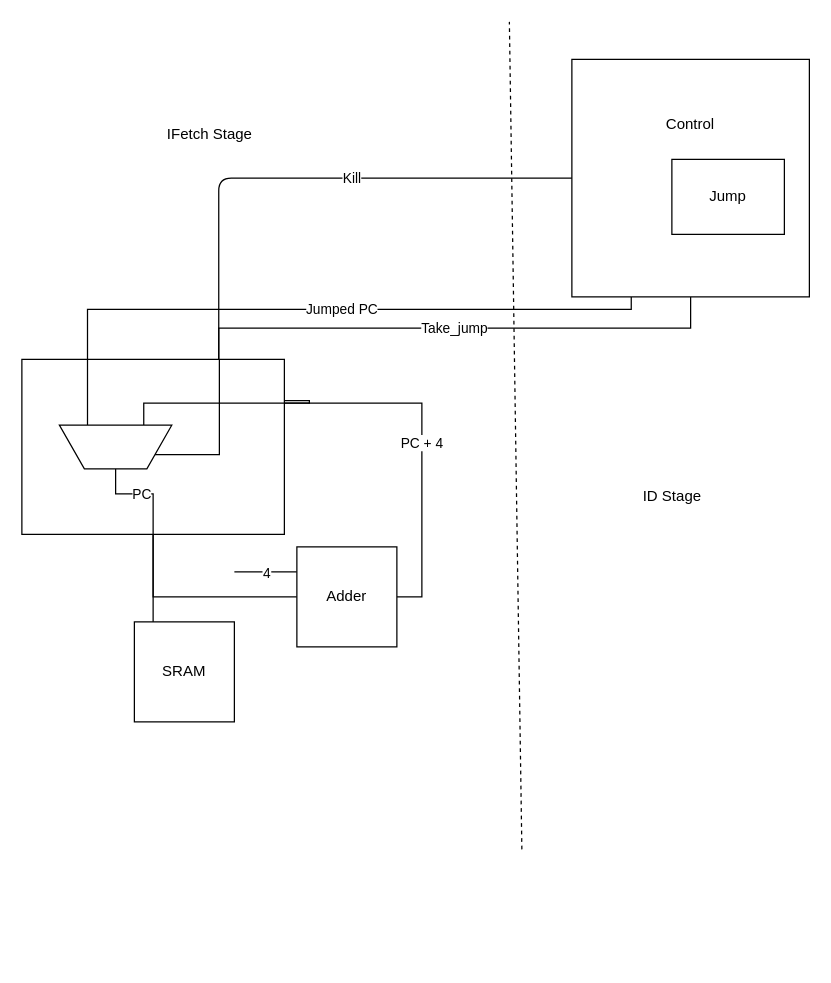
jtschuster/dlxcapstone keeps this draw.io diagram as PC.drawio. Above is the earlier version. Source tidied: cells renumbered, new cells numbered last; positions are measured from the earlier drawing's top-left corner, leaving out a move shared by most shapes. Both pictures are drawn from the tidied source at 125%, with x=0, y=0 at pixel (21, 21).
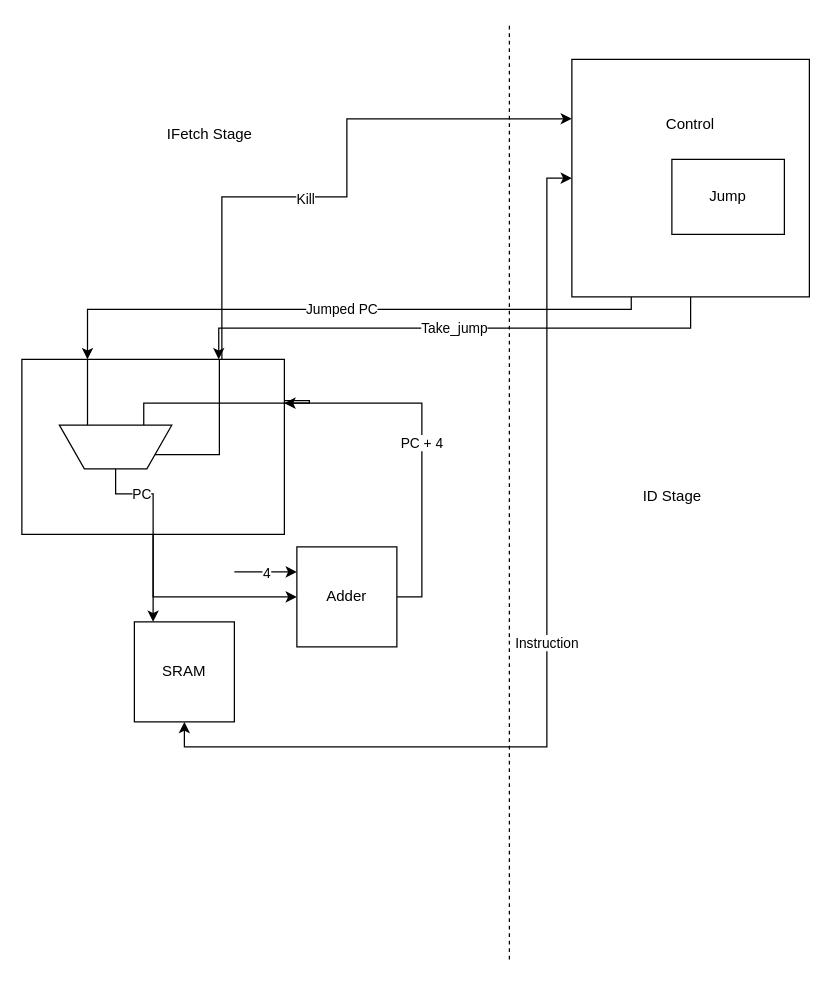
After the change.

Unchanged cells that the change refers to:
```xml
<mxCell id="4" style="rounded=0;whiteSpace=wrap;html=1;" parent="2" vertex="1">
  <mxGeometry width="210" height="140" as="geometry" />
</mxCell>
<mxCell id="12" value="&lt;div&gt;SRAM&lt;/div&gt;" style="whiteSpace=wrap;html=1;" parent="1" vertex="1">
  <mxGeometry x="90" y="480" width="80" height="80" as="geometry" />
</mxCell>
<mxCell id="14" value="&lt;div&gt;Control&lt;/div&gt;&lt;div&gt;&lt;br&gt;&lt;/div&gt;&lt;div&gt;&lt;br&gt;&lt;/div&gt;&lt;div&gt;&lt;br&gt;&lt;/div&gt;&lt;div&gt;&lt;br&gt;&lt;/div&gt;&lt;div&gt;&lt;br&gt;&lt;/div&gt;&lt;div&gt;&lt;br&gt;&lt;/div&gt;" style="whiteSpace=wrap;html=1;" parent="13" vertex="1">
  <mxGeometry width="190" height="190" as="geometry" />
</mxCell>
<mxCell id="20" value="Adder" style="whiteSpace=wrap;html=1;" parent="1" vertex="1">
  <mxGeometry x="220" y="420" width="80" height="80" as="geometry" />
</mxCell>
```

The edit, as a diff of the source:
```diff
@@
-    <mxCell id="10" value="&lt;div&gt;Jumped PC&lt;/div&gt;" style="edgeStyle=orthogonalEdgeStyle;rounded=0;jettySize=auto;html=1;exitX=0.25;exitY=0;exitDx=0;exitDy=0;entryX=0.25;entryY=1;entryDx=0;entryDy=0;endArrow=none;endFill=0;" parent="1" edge="1" source="4" target="14">
+    <mxCell id="10" value="&lt;div&gt;Jumped PC&lt;/div&gt;" style="edgeStyle=orthogonalEdgeStyle;rounded=0;jettySize=auto;html=1;exitX=0.25;exitY=0;exitDx=0;exitDy=0;entryX=0.25;entryY=1;entryDx=0;entryDy=0;endArrow=none;endFill=0;startArrow=classic;startFill=1;" parent="1" edge="1" source="4" target="14">
       <mxGeometry relative="1" as="geometry">
         <Array as="points">
           <mxPoint x="53" y="230" />
           <mxPoint x="488" y="230" />
         </Array>
       </mxGeometry>
     </mxCell>
-    <mxCell id="11" style="edgeStyle=elbowEdgeStyle;rounded=0;jettySize=auto;html=1;exitX=0.5;exitY=1;exitDx=0;exitDy=0;endArrow=none;endFill=0;" parent="1" edge="1" source="4" target="12">
+    <mxCell id="11" style="edgeStyle=elbowEdgeStyle;rounded=0;jettySize=auto;html=1;exitX=0.5;exitY=1;exitDx=0;exitDy=0;endArrow=classic;endFill=1;" parent="1" edge="1" source="4" target="12">
       <mxGeometry relative="1" as="geometry" />
     </mxCell>
+    <mxCell id="26" value="Instruction" style="edgeStyle=orthogonalEdgeStyle;rounded=0;jettySize=auto;html=1;exitX=0.5;exitY=1;exitDx=0;exitDy=0;entryX=0;entryY=0.5;entryDx=0;entryDy=0;startArrow=classic;startFill=1;endArrow=classic;endFill=1;strokeColor=#000000;" parent="1" edge="1" source="12" target="14">
+      <mxGeometry relative="1" as="geometry">
+        <Array as="points">
+          <mxPoint x="130" y="580" />
+          <mxPoint x="420" y="580" />
+          <mxPoint x="420" y="125" />
+        </Array>
+      </mxGeometry>
+    </mxCell>
@@
-    <mxCell id="16" value="&lt;div&gt;Take_jump&lt;/div&gt;" style="edgeStyle=orthogonalEdgeStyle;rounded=0;jettySize=auto;html=1;exitX=0.5;exitY=1;exitDx=0;exitDy=0;entryX=0.75;entryY=0;entryDx=0;entryDy=0;endArrow=none;endFill=0;" parent="1" edge="1" source="14" target="4">
+    <mxCell id="16" value="&lt;div&gt;Take_jump&lt;/div&gt;" style="edgeStyle=orthogonalEdgeStyle;rounded=0;jettySize=auto;html=1;exitX=0.5;exitY=1;exitDx=0;exitDy=0;entryX=0.75;entryY=0;entryDx=0;entryDy=0;endArrow=classic;endFill=1;startArrow=none;startFill=0;" parent="1" edge="1" source="14" target="4">
       <mxGeometry relative="1" as="geometry" />
     </mxCell>
-    <mxCell id="17" value="&lt;div&gt;4&lt;/div&gt;" style="edgeStyle=orthogonalEdgeStyle;rounded=0;jettySize=auto;html=1;exitX=0;exitY=0.25;exitDx=0;exitDy=0;endArrow=none;endFill=0;" parent="1" edge="1" source="20">
+    <mxCell id="17" value="&lt;div&gt;4&lt;/div&gt;" style="edgeStyle=orthogonalEdgeStyle;rounded=0;jettySize=auto;html=1;exitX=0;exitY=0.25;exitDx=0;exitDy=0;endArrow=none;endFill=0;startArrow=classic;startFill=1;" parent="1" edge="1" source="20">
       <mxGeometry relative="1" as="geometry">
         <mxPoint x="170" y="440" as="targetPoint" />
       </mxGeometry>
     </mxCell>
-    <mxCell id="18" style="edgeStyle=orthogonalEdgeStyle;rounded=0;jettySize=auto;html=1;exitX=0;exitY=0.5;exitDx=0;exitDy=0;endArrow=none;endFill=0;entryX=0.5;entryY=1;entryDx=0;entryDy=0;" parent="1" edge="1" source="20" target="4">
+    <mxCell id="18" style="edgeStyle=orthogonalEdgeStyle;rounded=0;jettySize=auto;html=1;exitX=0;exitY=0.5;exitDx=0;exitDy=0;endArrow=none;endFill=0;entryX=0.5;entryY=1;entryDx=0;entryDy=0;startArrow=classic;startFill=1;" parent="1" edge="1" source="20" target="4">
       <mxGeometry relative="1" as="geometry" />
     </mxCell>
-    <mxCell id="19" value="&lt;div&gt;PC + 4&lt;/div&gt;" style="edgeStyle=orthogonalEdgeStyle;rounded=0;jettySize=auto;html=1;exitX=1;exitY=0.5;exitDx=0;exitDy=0;entryX=1;entryY=0.25;entryDx=0;entryDy=0;endArrow=none;endFill=0;" parent="1" edge="1" source="20" target="4">
+    <mxCell id="19" value="&lt;div&gt;PC + 4&lt;/div&gt;" style="edgeStyle=orthogonalEdgeStyle;rounded=0;jettySize=auto;html=1;exitX=1;exitY=0.5;exitDx=0;exitDy=0;entryX=1;entryY=0.25;entryDx=0;entryDy=0;endArrow=classic;endFill=1;" parent="1" edge="1" source="20" target="4">
       <mxGeometry relative="1" as="geometry" />
     </mxCell>
@@
     <mxCell id="21" style="endArrow=none;dashed=1;html=1;" parent="1" edge="1">
       <mxGeometry relative="1" as="geometry">
-        <mxPoint x="400" y="662" as="sourcePoint" />
+        <mxPoint x="390" y="750" as="sourcePoint" />
         <mxPoint x="390" as="targetPoint" />
       </mxGeometry>
     </mxCell>
@@
-    <mxCell id="24" style="endArrow=none;html=1;entryX=0.75;entryY=0;entryDx=0;entryDy=0;edgeStyle=orthogonalEdgeStyle;exitX=0;exitY=0.5;exitDx=0;exitDy=0;" parent="1" edge="1" source="14" target="4">
-      <mxGeometry relative="1" as="geometry" />
+    <mxCell id="24" style="endArrow=classic;html=1;entryX=0;entryY=0.25;entryDx=0;entryDy=0;edgeStyle=orthogonalEdgeStyle;endFill=1;rounded=0;" parent="1" edge="1" target="14">
+      <mxGeometry relative="1" as="geometry">
+        <mxPoint x="160" y="270" as="sourcePoint" />
+        <Array as="points">
+          <mxPoint x="160" y="140" />
+          <mxPoint x="260" y="140" />
+          <mxPoint x="260" y="78" />
+        </Array>
+      </mxGeometry>
     </mxCell>
```
